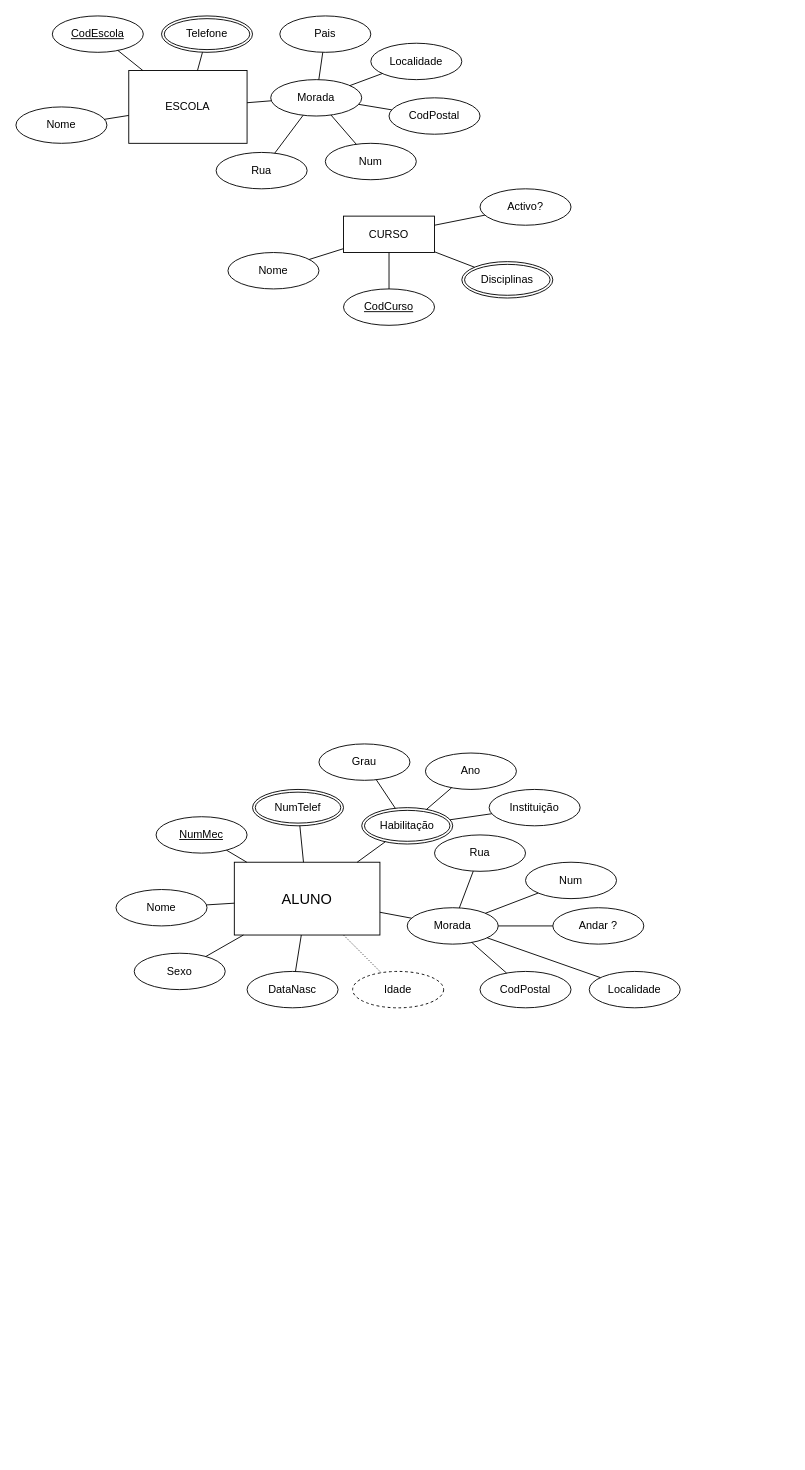
Above: Diagrama_Escolar.drawio in danymota1P/Diagrama (draw.io), before the change. Source tidied: cells renumbered, new cells numbered last; positions are measured from the earlier drawing's top-left corner, leaving out a move shared by most shapes. Both pictures are drawn from the tidied source at 91%, with x=0, y=0 at pixel (15, 15).
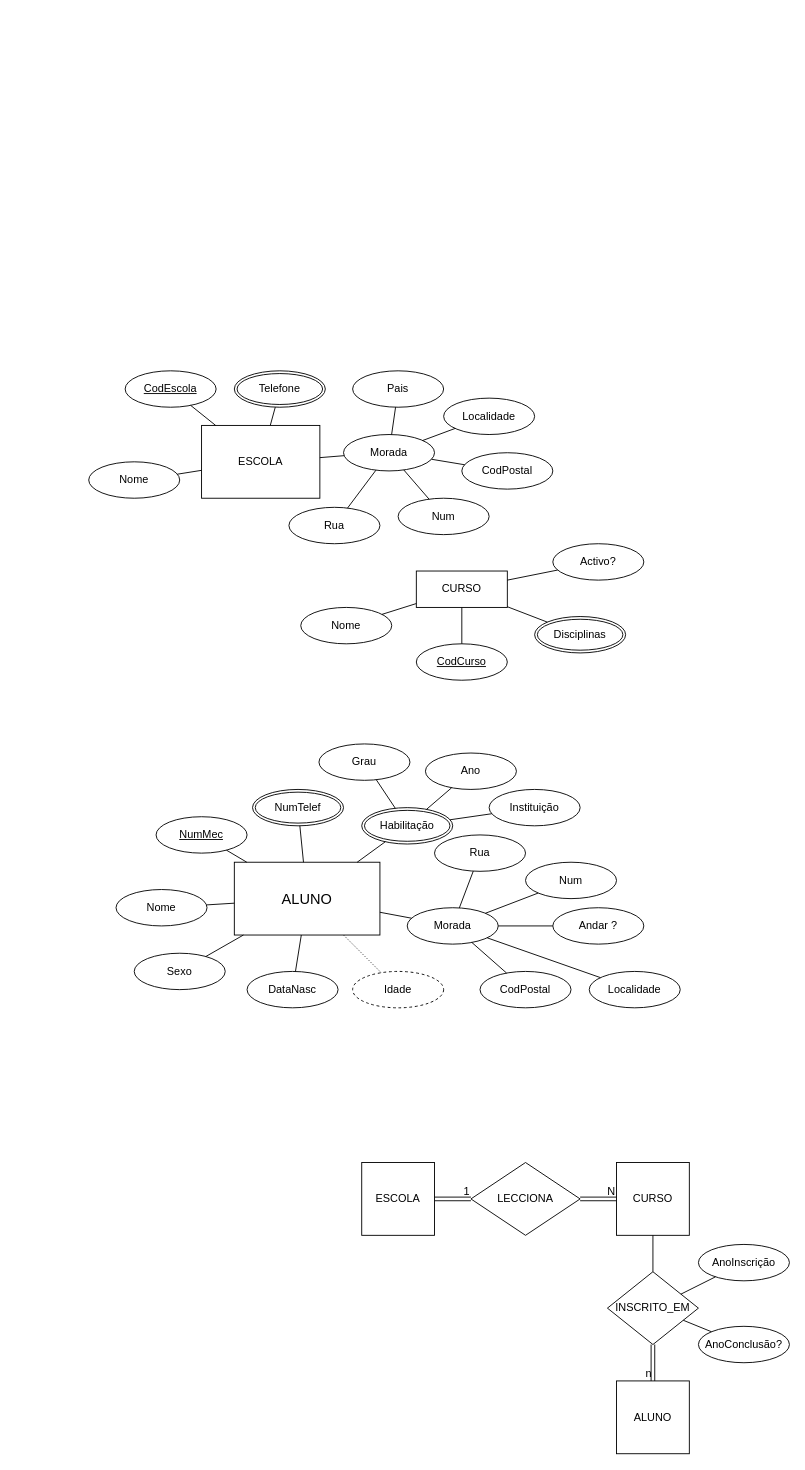
After the change.

The edit, as a diff of the source:
```diff
@@
     <mxCell id="35" value="ESCOLA" style="whiteSpace=wrap;html=1;align=center;" parent="1" vertex="1">
-      <mxGeometry x="124" y="60" width="130" height="80" as="geometry" />
+      <mxGeometry x="204" y="450" width="130" height="80" as="geometry" />
     </mxCell>
     <mxCell id="36" value="CodEscola" style="ellipse;whiteSpace=wrap;html=1;align=center;fontStyle=4;" parent="1" vertex="1">
-      <mxGeometry x="40" width="100" height="40" as="geometry" />
+      <mxGeometry x="120" y="390" width="100" height="40" as="geometry" />
     </mxCell>
     <mxCell id="37" value="Nome" style="ellipse;whiteSpace=wrap;html=1;align=center;" parent="1" vertex="1">
-      <mxGeometry y="100" width="100" height="40" as="geometry" />
+      <mxGeometry x="80" y="490" width="100" height="40" as="geometry" />
     </mxCell>
     <mxCell id="38" value="Telefone" style="ellipse;shape=doubleEllipse;margin=3;whiteSpace=wrap;html=1;align=center;" parent="1" vertex="1">
-      <mxGeometry x="160" width="100" height="40" as="geometry" />
+      <mxGeometry x="240" y="390" width="100" height="40" as="geometry" />
     </mxCell>
     <mxCell id="39" value="Morada" style="ellipse;whiteSpace=wrap;html=1;align=center;" parent="1" vertex="1">
-      <mxGeometry x="280" y="70" width="100" height="40" as="geometry" />
+      <mxGeometry x="360" y="460" width="100" height="40" as="geometry" />
     </mxCell>
     <mxCell id="40" value="Rua" style="ellipse;whiteSpace=wrap;html=1;align=center;" parent="1" vertex="1">
-      <mxGeometry x="220" y="150" width="100" height="40" as="geometry" />
+      <mxGeometry x="300" y="540" width="100" height="40" as="geometry" />
     </mxCell>
     <mxCell id="41" value="Num" style="ellipse;whiteSpace=wrap;html=1;align=center;" parent="1" vertex="1">
-      <mxGeometry x="340" y="140" width="100" height="40" as="geometry" />
+      <mxGeometry x="420" y="530" width="100" height="40" as="geometry" />
     </mxCell>
     <mxCell id="42" value="CodPostal" style="ellipse;whiteSpace=wrap;html=1;align=center;" parent="1" vertex="1">
-      <mxGeometry x="410" y="90" width="100" height="40" as="geometry" />
+      <mxGeometry x="490" y="480" width="100" height="40" as="geometry" />
     </mxCell>
     <mxCell id="43" value="Pais" style="ellipse;whiteSpace=wrap;html=1;align=center;" parent="1" vertex="1">
-      <mxGeometry x="290" width="100" height="40" as="geometry" />
+      <mxGeometry x="370" y="390" width="100" height="40" as="geometry" />
     </mxCell>
     <mxCell id="44" value="Localidade" style="ellipse;whiteSpace=wrap;html=1;align=center;" parent="1" vertex="1">
-      <mxGeometry x="390" y="30" width="100" height="40" as="geometry" />
+      <mxGeometry x="470" y="420" width="100" height="40" as="geometry" />
     </mxCell>
@@
     <mxCell id="54" value="CURSO" style="whiteSpace=wrap;html=1;align=center;" parent="1" vertex="1">
-      <mxGeometry x="360" y="220" width="100" height="40" as="geometry" />
+      <mxGeometry x="440" y="610" width="100" height="40" as="geometry" />
     </mxCell>
     <mxCell id="55" value="CodCurso" style="ellipse;whiteSpace=wrap;html=1;align=center;fontStyle=4;" parent="1" vertex="1">
-      <mxGeometry x="360" y="300" width="100" height="40" as="geometry" />
+      <mxGeometry x="440" y="690" width="100" height="40" as="geometry" />
     </mxCell>
     <mxCell id="56" value="Nome" style="ellipse;whiteSpace=wrap;html=1;align=center;" parent="1" vertex="1">
-      <mxGeometry x="233" y="260" width="100" height="40" as="geometry" />
+      <mxGeometry x="313" y="650" width="100" height="40" as="geometry" />
     </mxCell>
     <mxCell id="57" value="Disciplinas" style="ellipse;shape=doubleEllipse;margin=3;whiteSpace=wrap;html=1;align=center;" parent="1" vertex="1">
-      <mxGeometry x="490" y="270" width="100" height="40" as="geometry" />
+      <mxGeometry x="570" y="660" width="100" height="40" as="geometry" />
     </mxCell>
     <mxCell id="58" value="Activo?" style="ellipse;whiteSpace=wrap;html=1;align=center;" parent="1" vertex="1">
-      <mxGeometry x="510" y="190" width="100" height="40" as="geometry" />
+      <mxGeometry x="590" y="580" width="100" height="40" as="geometry" />
     </mxCell>
@@
+    <mxCell id="63" value="ESCOLA" style="whiteSpace=wrap;html=1;align=center;" parent="1" vertex="1">
+      <mxGeometry x="380" y="1260" width="80" height="80" as="geometry" />
+    </mxCell>
+    <mxCell id="64" value="CURSO" style="whiteSpace=wrap;html=1;align=center;" parent="1" vertex="1">
+      <mxGeometry x="660" y="1260" width="80" height="80" as="geometry" />
+    </mxCell>
+    <mxCell id="65" value="LECCIONA" style="shape=rhombus;perimeter=rhombusPerimeter;whiteSpace=wrap;html=1;align=center;" parent="1" vertex="1">
+      <mxGeometry x="500" y="1260" width="120" height="80" as="geometry" />
+    </mxCell>
+    <mxCell id="66" value="ALUNO" style="whiteSpace=wrap;html=1;align=center;" parent="1" vertex="1">
+      <mxGeometry x="660" y="1500" width="80" height="80" as="geometry" />
+    </mxCell>
+    <mxCell id="67" value="INSCRITO_EM" style="shape=rhombus;perimeter=rhombusPerimeter;whiteSpace=wrap;html=1;align=center;" parent="1" vertex="1">
+      <mxGeometry x="650" y="1380" width="100" height="80" as="geometry" />
+    </mxCell>
+    <mxCell id="68" style="endArrow=none;html=1;rounded=0;exitX=0.5;exitY=1;exitDx=0;exitDy=0;entryX=0.5;entryY=0;entryDx=0;entryDy=0;" parent="1" edge="1" source="64" target="67">
+      <mxGeometry relative="1" as="geometry" />
+    </mxCell>
+    <mxCell id="69" value="AnoInscrição" style="ellipse;whiteSpace=wrap;html=1;align=center;" parent="1" vertex="1">
+      <mxGeometry x="750" y="1350" width="100" height="40" as="geometry" />
+    </mxCell>
+    <mxCell id="70" value="AnoConclusão?" style="ellipse;whiteSpace=wrap;html=1;align=center;" parent="1" vertex="1">
+      <mxGeometry x="750" y="1440" width="100" height="40" as="geometry" />
+    </mxCell>
+    <mxCell id="71" style="endArrow=none;html=1;rounded=0;" parent="1" edge="1" source="67" target="69">
+      <mxGeometry relative="1" as="geometry" />
+    </mxCell>
+    <mxCell id="72" style="endArrow=none;html=1;rounded=0;" parent="1" edge="1" source="70" target="67">
+      <mxGeometry relative="1" as="geometry" />
+    </mxCell>
+    <mxCell id="73" style="shape=link;html=1;rounded=0;" parent="1" edge="1" source="63" target="65">
+      <mxGeometry relative="1" as="geometry" />
+    </mxCell>
+    <mxCell id="74" value="1" style="html=1;whiteSpace=wrap;align=right;verticalAlign=bottom;" parent="73" vertex="1">
+      <mxGeometry x="1" relative="1" as="geometry" />
+    </mxCell>
+    <mxCell id="75" style="shape=link;html=1;rounded=0;" parent="1" edge="1" source="65" target="64">
+      <mxGeometry relative="1" as="geometry" />
+    </mxCell>
+    <mxCell id="76" value="N" style="html=1;whiteSpace=wrap;align=right;verticalAlign=bottom;" parent="75" vertex="1">
+      <mxGeometry x="1" relative="1" as="geometry" />
+    </mxCell>
+    <mxCell id="77" style="shape=link;html=1;rounded=0;" parent="1" edge="1" source="67" target="66">
+      <mxGeometry relative="1" as="geometry" />
+    </mxCell>
+    <mxCell id="78" value="n" style="html=1;whiteSpace=wrap;align=right;verticalAlign=bottom;" parent="77" vertex="1">
+      <mxGeometry x="1" relative="1" as="geometry" />
+    </mxCell>
```
